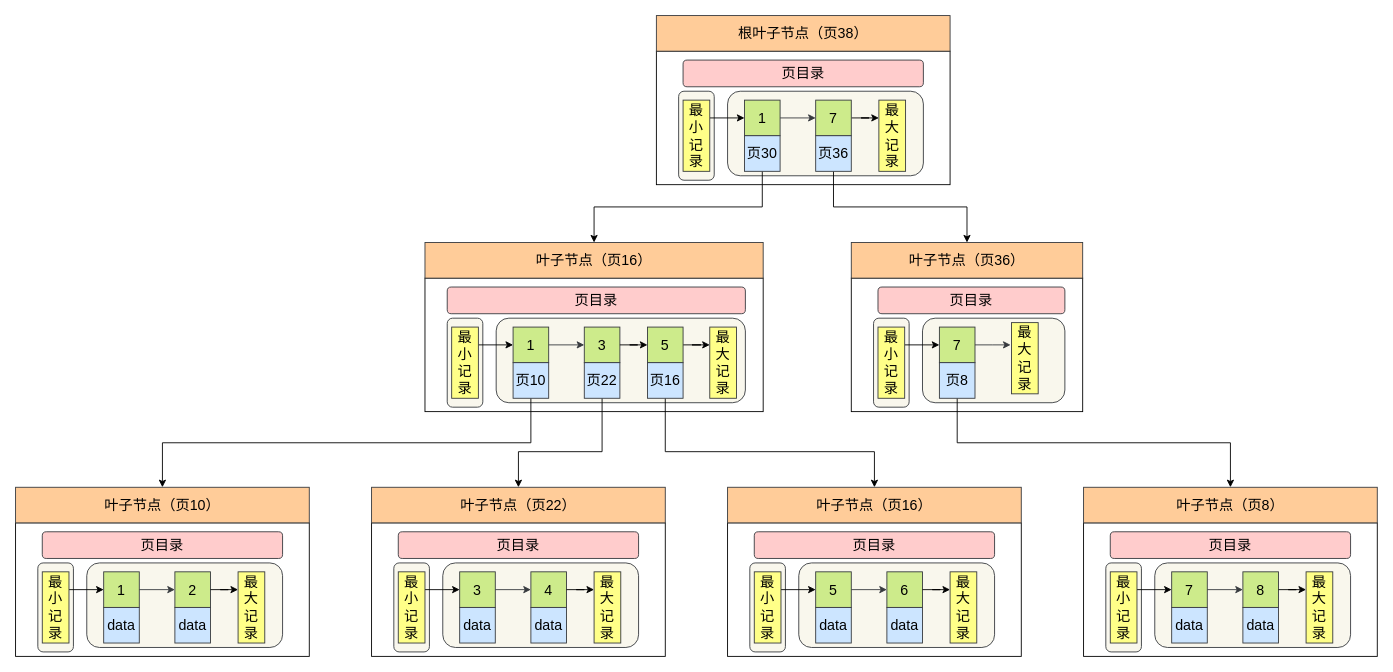
xiaolincoder/ImageHost4 keeps this draw.io diagram as mysql/索引/b+树.drawio. Above is the earlier version. Source tidied: cells renumbered, new cells numbered last; positions are measured from the earlier drawing's top-left corner, leaving out a move shared by most shapes. Both pictures are drawn from the tidied source at 89%, with x=0, y=0 at pixel (15, 15).
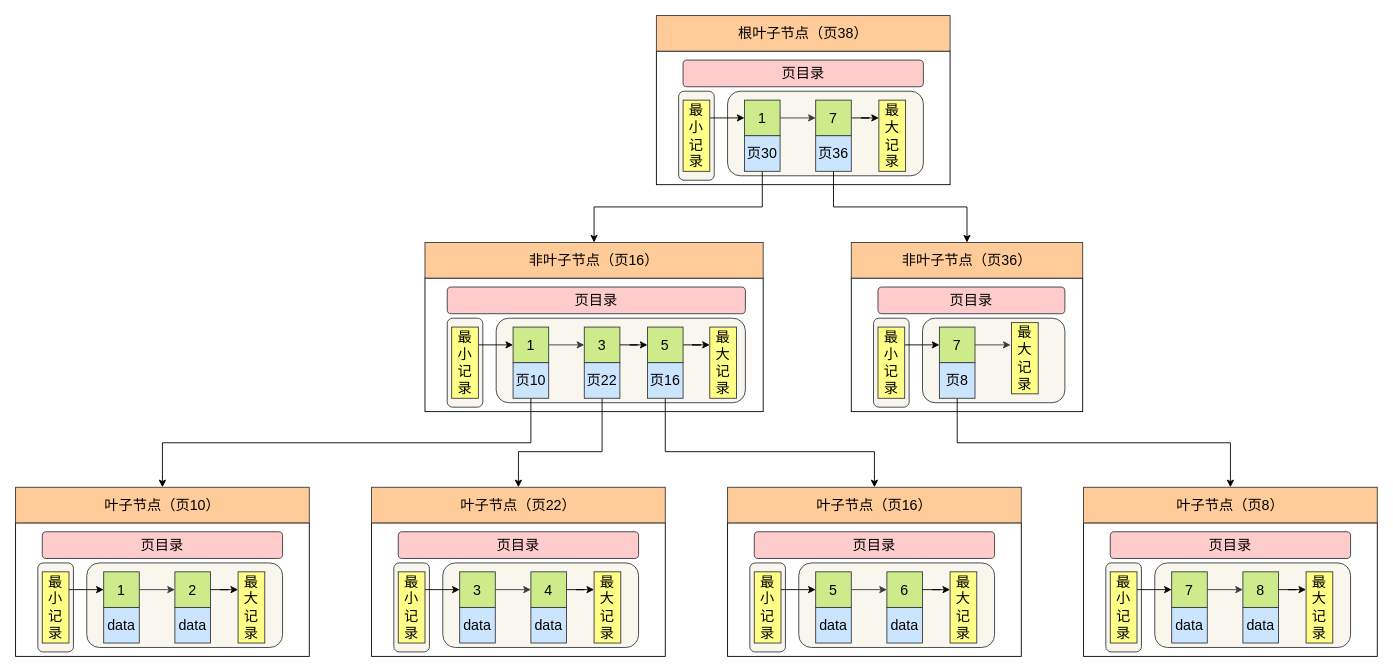
Above is the later version.

Diff of the diagram source:
```diff
@@
-    <mxCell id="29" value="叶子节点（页36）" style="rounded=0;whiteSpace=wrap;html=1;fontSize=16;fillColor=#ffcc99;strokeColor=#36393d;" parent="1" vertex="1">
+    <mxCell id="29" value="非叶子节点（页36）" style="rounded=0;whiteSpace=wrap;html=1;fontSize=16;fillColor=#ffcc99;strokeColor=#36393d;" parent="1" vertex="1">
       <mxGeometry x="939" y="255" width="260" height="40" as="geometry" />
     </mxCell>
@@
-    <mxCell id="46" value="叶子节点（页16）" style="rounded=0;whiteSpace=wrap;html=1;fontSize=16;fillColor=#ffcc99;strokeColor=#36393d;" parent="1" vertex="1">
+    <mxCell id="46" value="非叶子节点（页16）" style="rounded=0;whiteSpace=wrap;html=1;fontSize=16;fillColor=#ffcc99;strokeColor=#36393d;" parent="1" vertex="1">
       <mxGeometry x="460" y="255" width="380" height="40" as="geometry" />
     </mxCell>
```
